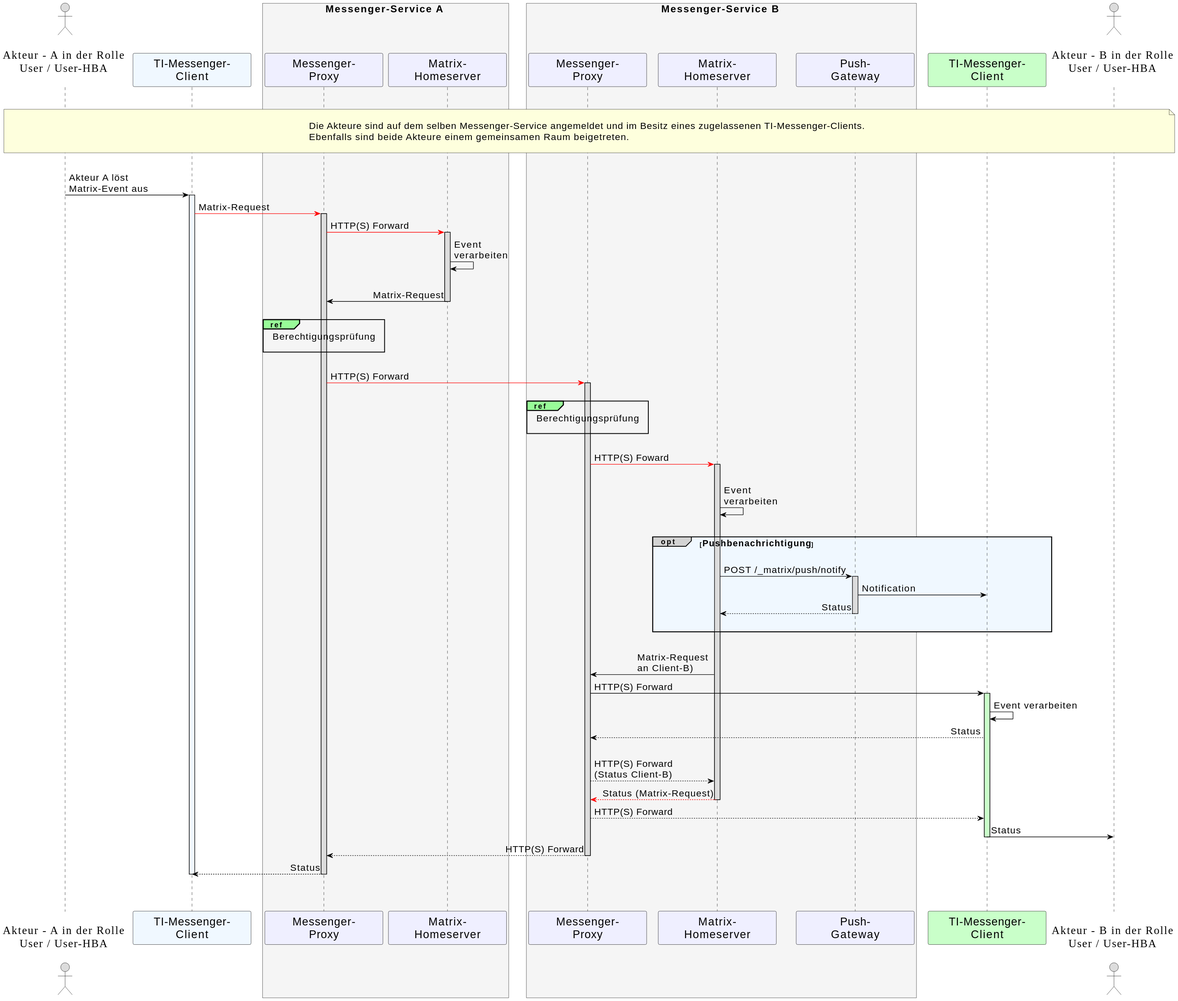
Earlier version of the PlantUML export images/diagrams/TI-Messenger-Dienst/Ressourcen/UC_10062_Seq.svg (gematik/api-ti-messenger). Source of this version:
```plantuml
@startuml
skinparam sequenceMessageAlign direction
skinparam minClassWidth 200
skinparam BoxPadding 15
skinparam sequenceReferenceHeaderBackgroundColor palegreen
scale max 2048 width

skinparam sequence {
ArrowColor black
ArrowFontSize 17
ActorBorderColor black
LifeLineBorderColor black
LifeLineBackgroundColor Gainsboro

ParticipantBorderColor Motivation
ParticipantBackgroundColor Motivation
ParticipantFontSize 20
ParticipantFontColor black
ParticipantBorderColor Black
ParticipantBackgroundColor MOTIVATION

ActorBackgroundColor Gainsboro
ActorFontColor black
ActorFontSize 20
ActorFontName Aapex
}
    actor U1 as "\nAkteur - A in der Rolle\nUser / User-HBA\n"
    participant C1 as "TI-Messenger-\nClient" #AliceBlue
    box <size:18>Messenger-Service A</size> #WhiteSmoke
      participant MP1 as "Messenger-\nProxy"
      participant MH1 as "Matrix-\nHomeserver"
    end box
    box <size:18>Messenger-Service B</size> #WhiteSmoke
    participant MP2 as "Messenger-\nProxy"
    participant MH2 as "Matrix-\nHomeserver"
    participant PG2 as "Push-\nGateway"
    end box
    participant C2 as "TI-Messenger-\nClient" #TECHNOLOGY
    actor U2 as "\nAkteur - B in der Rolle\nUser / User-HBA\n"

|||
note over U1, U2: \n<size:17>Die Akteure sind auf dem selben Messenger-Service angemeldet und im Besitz eines zugelassenen TI-Messenger-Clients.</size>\n<size:17>Ebenfalls sind beide Akteure einem gemeinsamen Raum beigetreten.</size>\n
|||

  U1->C1: Akteur A löst\nMatrix-Event aus
    activate C1 #AliceBlue
  C1-[#red]>MP1: Matrix-Request
    activate MP1
  MP1-[#red]>MH1: HTTP(S) Forward
    activate MH1
  MH1->MH1: Event \nverarbeiten
  |||
  MH1->MP1: Matrix-Request
    deactivate MH1
    |||
    ref over MP1, MP1: <size:17>Berechtigungsprüfung</size>\n
  |||
  MP1-[#red]>MP2: HTTP(S) Forward
    activate MP2
  |||
  ref over MP2, MP2: <size:17>Berechtigungsprüfung</size>\n
  |||
  MP2-[#red]>MH2: HTTP(S) Foward
  |||

    activate MH2
  MH2->MH2: Event \nverarbeiten
  |||

  opt#LightGrey #AliceBlue <size:16>Pushbenachrichtigung</size>
  |||
    MH2->PG2: POST /_matrix/push/notify
      activate PG2
    PG2->C2: Notification
    PG2-->MH2: Status
      deactivate PG2
  |||
  end
  |||

  MH2->MP2: Matrix-Request \nan Client-B)
  MP2->C2: HTTP(S) Forward
    activate C2 #TECHNOLOGY
  C2->C2: Event verarbeiten

  C2-->MP2: Status
  |||
  MP2-->MH2: HTTP(S) Forward \n(Status Client-B)
  MH2--[#red]>MP2: Status (Matrix-Request)
    deactivate MH2
  MP2-->C2: HTTP(S) Forward
  C2->U2: Status
    deactivate C2
  MP2-->MP1: HTTP(S) Forward
    deactivate MP2
  MP1-->C1: Status
    deactivate MP1
    deactivate C1
  |||
|||
@enduml
```
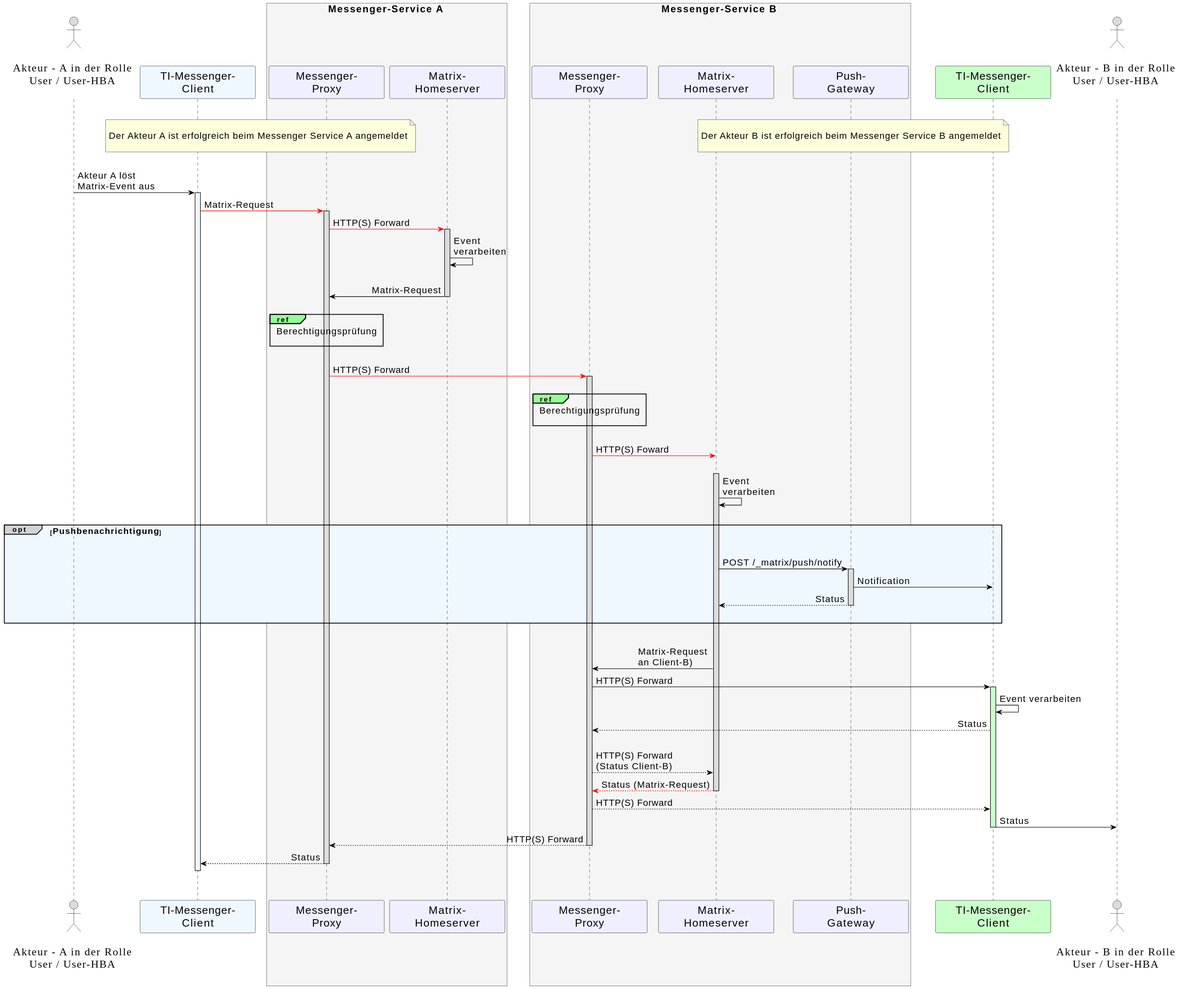
Above is the later version.

Diff of the diagram source:
```diff
@@ -1,4 +1,5 @@
 @startuml
+!pragma teoz true
 skinparam sequenceMessageAlign direction
 skinparam minClassWidth 200
 skinparam BoxPadding 15
@@ -39,7 +40,8 @@
     actor U2 as "\nAkteur - B in der Rolle\nUser / User-HBA\n"
 
 |||
-note over U1, U2: \n<size:17>Die Akteure sind auf dem selben Messenger-Service angemeldet und im Besitz eines zugelassenen TI-Messenger-Clients.</size>\n<size:17>Ebenfalls sind beide Akteure einem gemeinsamen Raum beigetreten.</size>\n
+/ note over U1, MH1: \n<size:17>Der Akteur A ist erfolgreich beim Messenger Service A angemeldet</size>\n
+/ note over U2, MP2: \n<size:17>Der Akteur B ist erfolgreich beim Messenger Service B angemeldet</size>\n
 |||
 
   U1->C1: Akteur A löst\nMatrix-Event aus
```
